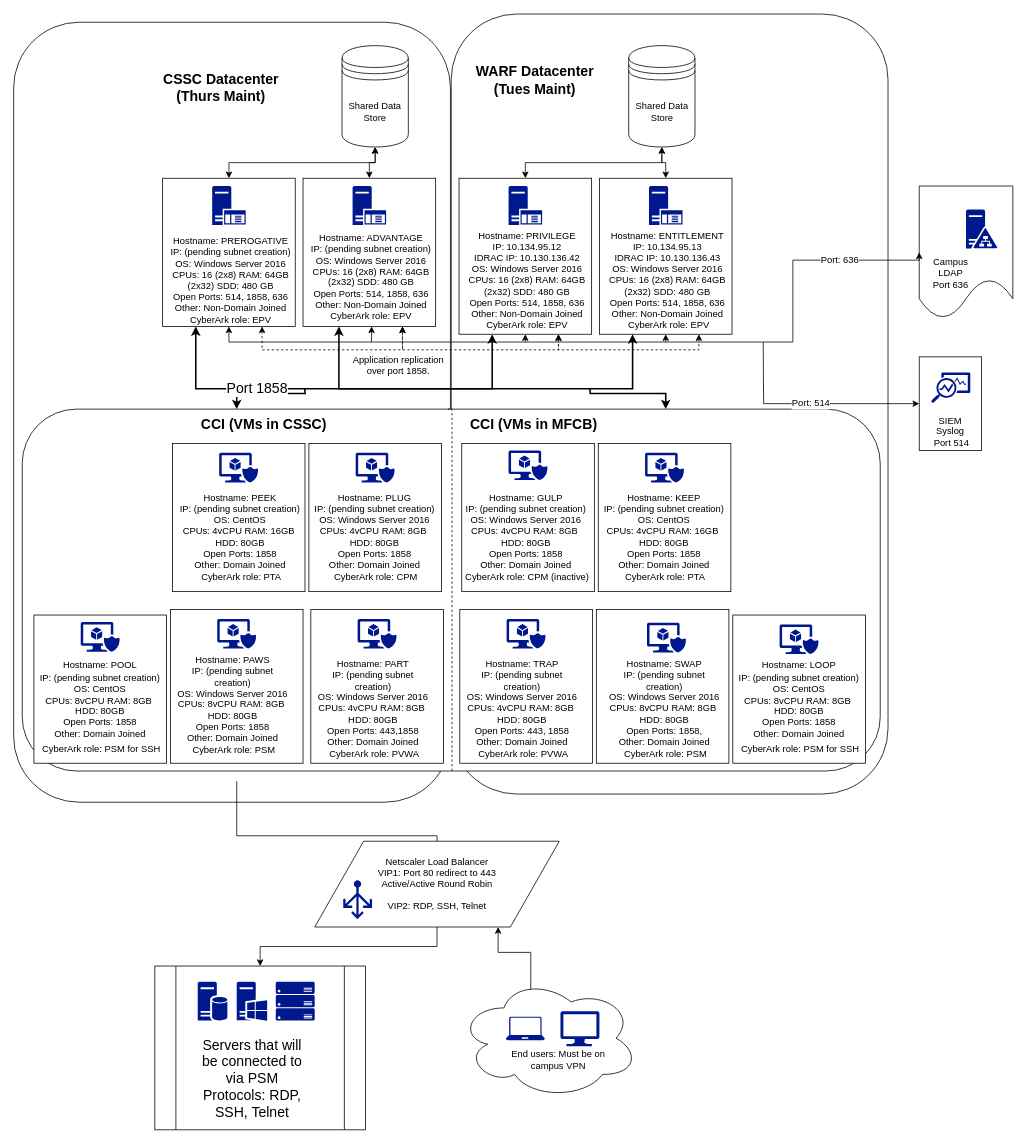
This is UW Cyberark Infrastructure Diagram.drawio from dssntnt/uw, a draw.io file, before an edit. Source tidied: cells renumbered, new cells numbered last; positions are measured from the earlier drawing's top-left corner, leaving out a move shared by most shapes. Both pictures are drawn from the tidied source at 78%, with x=0, y=0 at pixel (13, 14).
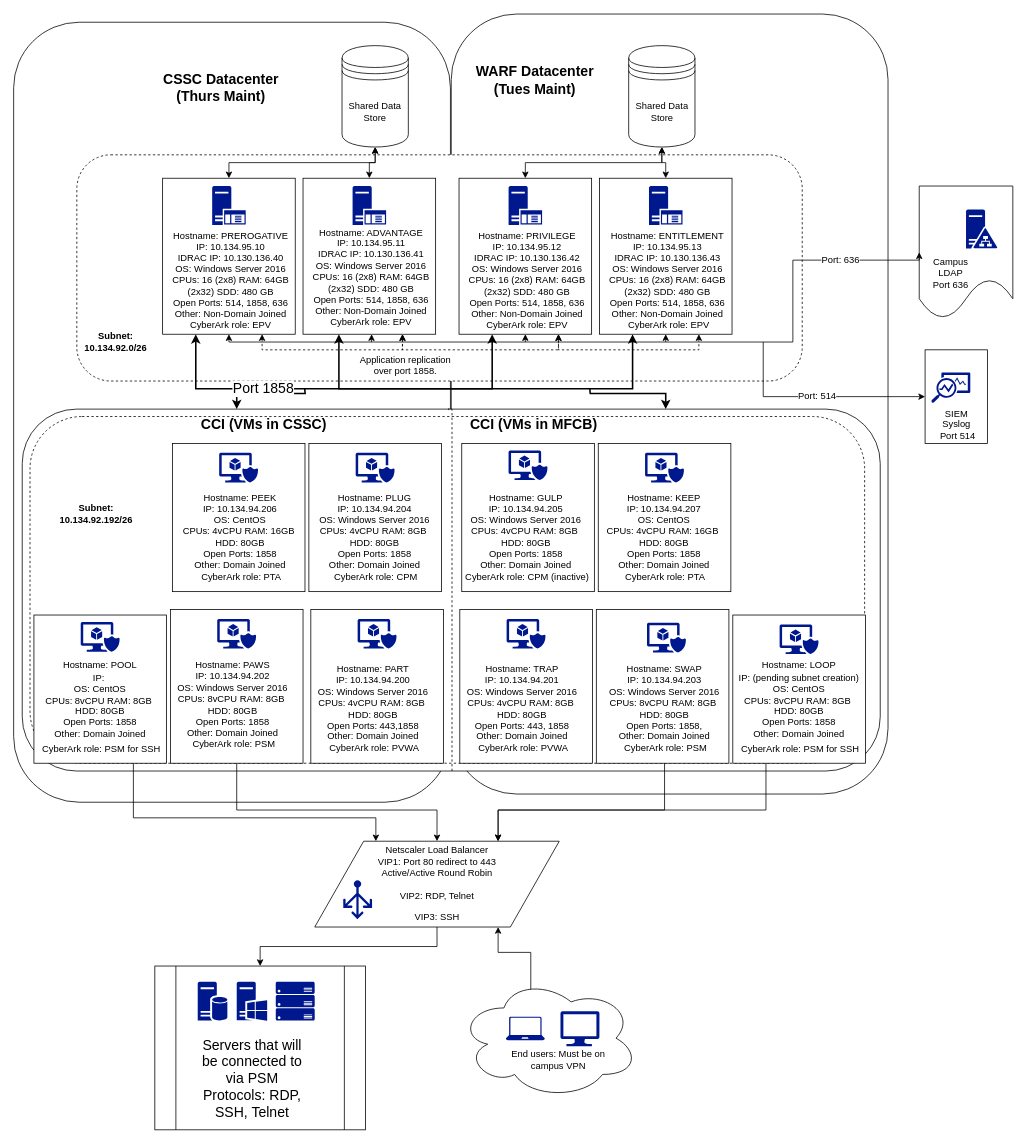
The same diagram, later.

The change refers to these unchanged cells:
```xml
<mxCell id="11" style="rounded=0;whiteSpace=wrap;html=1;fontSize=18;" parent="1" vertex="1">
  <mxGeometry x="201" y="763" width="170" height="197" as="geometry" />
</mxCell>
<mxCell id="41" style="rounded=0;whiteSpace=wrap;html=1;fontSize=18;" parent="1" vertex="1">
  <mxGeometry x="751" y="210" width="170" height="200" as="geometry" />
</mxCell>
<mxCell id="85" value="&lt;span style=&quot;font-size: 12px&quot;&gt;&lt;br&gt;&lt;br&gt;Hostname: LOOP&lt;/span&gt;&lt;br style=&quot;font-size: 12px&quot;&gt;&lt;div style=&quot;font-size: 12px&quot;&gt;IP: (pending subnet creation)&lt;/div&gt;&lt;div style=&quot;font-size: 12px&quot;&gt;OS: CentOS&lt;br&gt;&lt;/div&gt;&lt;div style=&quot;font-size: 12px&quot;&gt;CPUs: 8vCPU RAM: 8GB&amp;nbsp; HDD: 80GB&lt;br&gt;&lt;/div&gt;&lt;div style=&quot;font-size: 12px&quot;&gt;Open Ports: 1858&lt;br&gt;&lt;/div&gt;&lt;div style=&quot;font-size: 12px&quot;&gt;Other: Domain Joined&lt;br&gt;&lt;/div&gt;&lt;span style=&quot;font-size: 12px&quot;&gt;&amp;nbsp;CyberArk role: PSM for SSH&lt;/span&gt;" style="rounded=0;whiteSpace=wrap;html=1;fontSize=18;" parent="1" vertex="1">
  <mxGeometry x="922" y="770" width="170" height="190" as="geometry" />
</mxCell>
```

Change to the diagram source:
```diff
@@
+    <mxCell id="6" style="rounded=1;whiteSpace=wrap;html=1;" parent="1" vertex="1">
+      <mxGeometry y="10" width="560" height="1000" as="geometry" />
+    </mxCell>
+    <mxCell id="9" style="rounded=1;whiteSpace=wrap;html=1;" parent="1" vertex="1">
+      <mxGeometry x="11" y="506" width="1100" height="464" as="geometry" />
+    </mxCell>
+    <mxCell id="88" style="rounded=1;whiteSpace=wrap;html=1;dashed=1;" parent="1" vertex="1">
+      <mxGeometry x="21" y="515.5" width="1070" height="444.5" as="geometry" />
+    </mxCell>
+    <mxCell id="89" style="rounded=1;whiteSpace=wrap;html=1;dashed=1;" parent="1" vertex="1">
+      <mxGeometry x="81" y="180" width="930" height="290" as="geometry" />
+    </mxCell>
@@
-    <mxCell id="6" style="rounded=1;whiteSpace=wrap;html=1;" parent="1" vertex="1">
-      <mxGeometry y="10" width="560" height="1000" as="geometry" />
-    </mxCell>
@@
-    <mxCell id="9" style="rounded=1;whiteSpace=wrap;html=1;" parent="1" vertex="1">
-      <mxGeometry x="11" y="506" width="1100" height="464" as="geometry" />
-    </mxCell>
-    <mxCell id="10" style="edgeStyle=orthogonalEdgeStyle;rounded=0;orthogonalLoop=1;jettySize=auto;html=1;exitX=0.5;exitY=1;exitDx=0;exitDy=0;entryX=0.5;entryY=0;entryDx=0;entryDy=0;" parent="1" edge="1">
-      <mxGeometry relative="1" as="geometry">
-        <mxPoint x="286" y="983" as="sourcePoint" />
-        <mxPoint x="542.8" y="1083" as="targetPoint" />
-        <Array as="points">
-          <mxPoint x="286" y="1053" />
-          <mxPoint x="543" y="1053" />
-        </Array>
-      </mxGeometry>
-    </mxCell>
+    <mxCell id="90" style="edgeStyle=orthogonalEdgeStyle;rounded=0;jettySize=auto;html=1;exitX=0.5;exitY=1;exitDx=0;exitDy=0;entryX=0.5;entryY=0;entryDx=0;entryDy=0;" parent="1" edge="1" source="11" target="24">
+      <mxGeometry relative="1" as="geometry">
+        <Array as="points">
+          <mxPoint x="286" y="1020" />
+          <mxPoint x="543" y="1020" />
+        </Array>
+      </mxGeometry>
+    </mxCell>
@@
     <mxCell id="15" style="rounded=0;whiteSpace=wrap;html=1;fontSize=18;" parent="1" vertex="1">
-      <mxGeometry x="191" y="210" width="170" height="190" as="geometry" />
+      <mxGeometry x="191" y="210" width="170" height="200" as="geometry" />
     </mxCell>
@@
-    <mxCell id="22" value="Hostname: PREROGATIVE&lt;br&gt;&lt;div&gt;IP: (pending subnet creation)&lt;/div&gt;&lt;div&gt;OS: Windows Server 2016&lt;/div&gt;&lt;div&gt;CPUs: 16 (2x8) RAM: 64GB (2x32) SDD: 480 GB&lt;br&gt;&lt;/div&gt;&lt;div&gt;Open Ports: 514, 1858, 636&lt;/div&gt;&lt;div&gt;Other: Non-Domain Joined&lt;br&gt;&lt;/div&gt;&lt;div&gt;CyberArk role: EPV&lt;br&gt;&lt;/div&gt;" style="text;html=1;strokeColor=none;fillColor=none;align=center;verticalAlign=middle;whiteSpace=wrap;rounded=0;" parent="1" vertex="1">
+    <mxCell id="22" value="Hostname: PREROGATIVE&lt;br&gt;&lt;div&gt;IP: 10.134.95.10&lt;/div&gt;&lt;div&gt;IDRAC IP: 10.130.136.40&lt;/div&gt;&lt;div&gt;OS: Windows Server 2016&lt;/div&gt;&lt;div&gt;CPUs: 16 (2x8) RAM: 64GB (2x32) SDD: 480 GB&lt;br&gt;&lt;/div&gt;&lt;div&gt;Open Ports: 514, 1858, 636&lt;/div&gt;&lt;div&gt;Other: Non-Domain Joined&lt;br&gt;&lt;/div&gt;&lt;div&gt;CyberArk role: EPV&lt;br&gt;&lt;/div&gt;" style="text;html=1;strokeColor=none;fillColor=none;align=center;verticalAlign=middle;whiteSpace=wrap;rounded=0;" parent="1" vertex="1">
       <mxGeometry x="196" y="292" width="165" height="98" as="geometry" />
     </mxCell>
@@
-    <mxCell id="24" value="&lt;div&gt;Netscaler Load Balancer&lt;/div&gt;&lt;div&gt;VIP1: Port 80 redirect to 443&lt;/div&gt;&lt;div&gt;Active/Active Round Robin&lt;/div&gt;&lt;div&gt;&lt;br&gt;&lt;/div&gt;&lt;div&gt;VIP2: RDP, SSH, Telnet&lt;br&gt;&lt;/div&gt;" style="shape=parallelogram;perimeter=parallelogramPerimeter;whiteSpace=wrap;html=1;" parent="1" vertex="1">
+    <mxCell id="24" value="&lt;div&gt;Netscaler Load Balancer&lt;/div&gt;&lt;div&gt;VIP1: Port 80 redirect to 443&lt;/div&gt;&lt;div&gt;Active/Active Round Robin&lt;/div&gt;&lt;div&gt;&lt;br&gt;&lt;/div&gt;&lt;div&gt;VIP2: RDP, Telnet&lt;br&gt;&lt;/div&gt;&lt;div&gt;&lt;br&gt;&lt;/div&gt;&lt;div&gt;VIP3: SSH&lt;/div&gt;" style="shape=parallelogram;perimeter=parallelogramPerimeter;whiteSpace=wrap;html=1;" parent="1" vertex="1">
       <mxGeometry x="386" y="1060" width="313.5" height="110" as="geometry" />
     </mxCell>
@@
     <mxCell id="26" value="Port: 514" style="edgeStyle=orthogonalEdgeStyle;rounded=0;jettySize=auto;html=1;exitX=0;exitY=0.5;exitDx=0;exitDy=0;startArrow=classic;startFill=1;endArrow=none;endFill=0;fontSize=12;" parent="1" edge="1" source="27">
       <mxGeometry relative="1" as="geometry">
         <mxPoint x="961" y="420" as="targetPoint" />
+        <Array as="points">
+          <mxPoint x="1161" y="490" />
+          <mxPoint x="961" y="490" />
+        </Array>
       </mxGeometry>
     </mxCell>
     <mxCell id="27" value="&lt;div&gt;&lt;br&gt;&lt;br&gt;&lt;br&gt;&lt;br&gt;&lt;br&gt;SIEM&lt;br&gt;Syslog&lt;br&gt;&amp;nbsp;Port 514&lt;br&gt;&lt;/div&gt;" style="rounded=0;whiteSpace=wrap;html=1;" parent="1" vertex="1">
-      <mxGeometry x="1161" y="439" width="80" height="120" as="geometry" />
+      <mxGeometry x="1168.5" y="430" width="80" height="120" as="geometry" />
     </mxCell>
@@
     <mxCell id="30" style="rounded=0;whiteSpace=wrap;html=1;fontSize=18;" parent="1" vertex="1">
-      <mxGeometry x="371" y="210" width="170" height="190" as="geometry" />
+      <mxGeometry x="371" y="210" width="170" height="200" as="geometry" />
     </mxCell>
     <mxCell id="31" style="edgeStyle=orthogonalEdgeStyle;rounded=0;orthogonalLoop=1;jettySize=auto;html=1;startArrow=classic;startFill=1;endArrow=none;endFill=0;" parent="1" edge="1">
       <mxGeometry relative="1" as="geometry">
-        <mxPoint x="459" y="400" as="sourcePoint" />
+        <mxPoint x="459" y="410" as="sourcePoint" />
         <mxPoint x="458.7" y="420" as="targetPoint" />
       </mxGeometry>
     </mxCell>
-    <mxCell id="32" value="Hostname: ADVANTAGE&lt;br&gt;&lt;div&gt;IP: (pending subnet creation)&lt;/div&gt;&lt;div&gt;OS: Windows Server 2016&lt;/div&gt;&lt;div&gt;&lt;div&gt;CPUs: 16 (2x8) RAM: 64GB (2x32) SDD: 480 GB&lt;br&gt;&lt;/div&gt;&lt;/div&gt;&lt;div&gt;Open Ports: 514, 1858, 636&lt;/div&gt;&lt;div&gt;Other: Non-Domain Joined&lt;br&gt;&lt;/div&gt;&lt;div&gt;CyberArk role: EPV&lt;br&gt;&lt;/div&gt;&lt;div&gt;&lt;br&gt;&lt;/div&gt;" style="text;html=1;strokeColor=none;fillColor=none;align=center;verticalAlign=middle;whiteSpace=wrap;rounded=0;" parent="1" vertex="1">
+    <mxCell id="32" value="Hostname: ADVANTAGE&lt;br&gt;&lt;div&gt;IP: 10.134.95.11&lt;/div&gt;&lt;div&gt;IDRAC IP: 10.130.136.41&lt;/div&gt;&lt;div&gt;OS: Windows Server 2016&lt;/div&gt;&lt;div&gt;&lt;div&gt;CPUs: 16 (2x8) RAM: 64GB (2x32) SDD: 480 GB&lt;br&gt;&lt;/div&gt;&lt;/div&gt;&lt;div&gt;Open Ports: 514, 1858, 636&lt;/div&gt;&lt;div&gt;Other: Non-Domain Joined&lt;br&gt;&lt;/div&gt;&lt;div&gt;CyberArk role: EPV&lt;br&gt;&lt;/div&gt;&lt;div&gt;&lt;br&gt;&lt;/div&gt;" style="text;html=1;strokeColor=none;fillColor=none;align=center;verticalAlign=middle;whiteSpace=wrap;rounded=0;" parent="1" vertex="1">
       <mxGeometry x="376" y="297" width="165" height="93" as="geometry" />
     </mxCell>
@@
     <mxCell id="40" style="edgeStyle=orthogonalEdgeStyle;rounded=0;jettySize=auto;html=1;exitX=0.25;exitY=1;exitDx=0;exitDy=0;startArrow=classic;startFill=1;endArrow=classic;endFill=1;fontSize=18;strokeWidth=2;" parent="1" edge="1" source="41">
       <mxGeometry relative="1" as="geometry">
-        <mxPoint x="417" y="400" as="targetPoint" />
+        <mxPoint x="417" y="410" as="targetPoint" />
         <Array as="points">
           <mxPoint x="793" y="480" />
           <mxPoint x="417" y="480" />
         </Array>
       </mxGeometry>
     </mxCell>
@@
-    <mxCell id="51" value="Hostname: PAWS&lt;br&gt;&lt;div&gt;IP: (pending subnet creation)&lt;/div&gt;&lt;div&gt;OS: Windows Server 2016&lt;/div&gt;&lt;div&gt;CPUs: 8vCPU RAM: 8GB&amp;nbsp; HDD: 80GB&lt;br&gt;&lt;/div&gt;&lt;div&gt;Open Ports: 1858&lt;br&gt;&lt;/div&gt;&lt;div&gt;Other: Domain Joined&lt;br&gt;&lt;/div&gt;&amp;nbsp;CyberArk role: PSM" style="text;html=1;strokeColor=none;fillColor=none;align=center;verticalAlign=middle;whiteSpace=wrap;rounded=0;" parent="1" vertex="1">
+    <mxCell id="51" value="Hostname: PAWS&lt;br&gt;&lt;div&gt;IP: 10.134.94.202&lt;/div&gt;&lt;div&gt;OS: Windows Server 2016&lt;/div&gt;&lt;div&gt;CPUs: 8vCPU RAM: 8GB&amp;nbsp; HDD: 80GB&lt;br&gt;&lt;/div&gt;&lt;div&gt;Open Ports: 1858&lt;br&gt;&lt;/div&gt;&lt;div&gt;Other: Domain Joined&lt;br&gt;&lt;/div&gt;&amp;nbsp;CyberArk role: PSM" style="text;html=1;strokeColor=none;fillColor=none;align=center;verticalAlign=middle;whiteSpace=wrap;rounded=0;" parent="1" vertex="1">
       <mxGeometry x="206" y="820" width="150" height="130" as="geometry" />
     </mxCell>
@@
-    <mxCell id="55" value="Hostname: PART&lt;br&gt;&lt;div&gt;IP: (pending subnet creation)&lt;/div&gt;&lt;div&gt;OS: Windows Server 2016&lt;/div&gt;&lt;div&gt;CPUs: 4vCPU RAM: 8GB&amp;nbsp; HDD: 80GB&lt;br&gt;&lt;/div&gt;&lt;div&gt;Open Ports: 443,1858&lt;br&gt;&lt;/div&gt;&lt;div&gt;Other: Domain Joined&lt;br&gt;&lt;/div&gt;&amp;nbsp;CyberArk role: PVWA" style="text;html=1;strokeColor=none;fillColor=none;align=center;verticalAlign=middle;whiteSpace=wrap;rounded=0;" parent="1" vertex="1">
+    <mxCell id="55" value="Hostname: PART&lt;br&gt;&lt;div&gt;IP: 10.134.94.200&lt;/div&gt;&lt;div&gt;OS: Windows Server 2016&lt;/div&gt;&lt;div&gt;CPUs: 4vCPU RAM: 8GB&amp;nbsp; HDD: 80GB&lt;br&gt;&lt;/div&gt;&lt;div&gt;Open Ports: 443,1858&lt;br&gt;&lt;/div&gt;&lt;div&gt;Other: Domain Joined&lt;br&gt;&lt;/div&gt;&amp;nbsp;CyberArk role: PVWA" style="text;html=1;strokeColor=none;fillColor=none;align=center;verticalAlign=middle;whiteSpace=wrap;rounded=0;" parent="1" vertex="1">
       <mxGeometry x="386" y="820" width="150" height="140" as="geometry" />
     </mxCell>
@@
-    <mxCell id="58" value="Hostname: TRAP&lt;br&gt;&lt;div&gt;IP: (pending subnet creation)&lt;/div&gt;&lt;div&gt;OS: Windows Server 2016&lt;/div&gt;&lt;div&gt;CPUs: 4vCPU RAM: 8GB&amp;nbsp; HDD: 80GB&lt;br&gt;&lt;/div&gt;&lt;div&gt;Open Ports: 443, 1858&lt;br&gt;&lt;/div&gt;&lt;div&gt;Other: Domain Joined&lt;br&gt;&lt;/div&gt;&amp;nbsp;CyberArk role: PVWA" style="text;html=1;strokeColor=none;fillColor=none;align=center;verticalAlign=middle;whiteSpace=wrap;rounded=0;" parent="1" vertex="1">
+    <mxCell id="58" value="Hostname: TRAP&lt;br&gt;&lt;div&gt;IP: 10.134.94.201&lt;/div&gt;&lt;div&gt;OS: Windows Server 2016&lt;/div&gt;&lt;div&gt;CPUs: 4vCPU RAM: 8GB&amp;nbsp; HDD: 80GB&lt;br&gt;&lt;/div&gt;&lt;div&gt;Open Ports: 443, 1858&lt;br&gt;&lt;/div&gt;&lt;div&gt;Other: Domain Joined&lt;br&gt;&lt;/div&gt;&amp;nbsp;CyberArk role: PVWA" style="text;html=1;strokeColor=none;fillColor=none;align=center;verticalAlign=middle;whiteSpace=wrap;rounded=0;" parent="1" vertex="1">
       <mxGeometry x="577" y="820" width="150" height="140" as="geometry" />
     </mxCell>
@@
+    <mxCell id="91" style="edgeStyle=orthogonalEdgeStyle;rounded=0;jettySize=auto;html=1;exitX=0.5;exitY=1;exitDx=0;exitDy=0;entryX=0.75;entryY=0;entryDx=0;entryDy=0;" parent="1" edge="1" source="61" target="24">
+      <mxGeometry relative="1" as="geometry">
+        <Array as="points">
+          <mxPoint x="835" y="1020" />
+          <mxPoint x="621" y="1020" />
+        </Array>
+      </mxGeometry>
+    </mxCell>
-    <mxCell id="61" value="Hostname: SWAP&lt;br&gt;&lt;div&gt;IP: (pending subnet creation)&lt;/div&gt;&lt;div&gt;OS: Windows Server 2016&lt;/div&gt;&lt;div&gt;&lt;div&gt;CPUs: 8vCPU RAM: 8GB&amp;nbsp; HDD: 80GB&lt;br&gt;&lt;/div&gt;&lt;/div&gt;&lt;div&gt;Open Ports: 1858, &lt;br&gt;&lt;/div&gt;&lt;div&gt;Other: Domain Joined&lt;br&gt;&lt;/div&gt;&amp;nbsp;CyberArk role: PSM" style="text;html=1;strokeColor=none;fillColor=none;align=center;verticalAlign=middle;whiteSpace=wrap;rounded=0;" parent="1" vertex="1">
+    <mxCell id="61" value="Hostname: SWAP&lt;br&gt;&lt;div&gt;IP: 10.134.94.203&lt;/div&gt;&lt;div&gt;OS: Windows Server 2016&lt;/div&gt;&lt;div&gt;&lt;div&gt;CPUs: 8vCPU RAM: 8GB&amp;nbsp; HDD: 80GB&lt;br&gt;&lt;/div&gt;&lt;/div&gt;&lt;div&gt;Open Ports: 1858, &lt;br&gt;&lt;/div&gt;&lt;div&gt;Other: Domain Joined&lt;br&gt;&lt;/div&gt;&amp;nbsp;CyberArk role: PSM" style="text;html=1;strokeColor=none;fillColor=none;align=center;verticalAlign=middle;whiteSpace=wrap;rounded=0;" parent="1" vertex="1">
       <mxGeometry x="757" y="820" width="155" height="140" as="geometry" />
     </mxCell>
@@
-    <mxCell id="74" value="Hostname: PLUG&lt;br&gt;&lt;div&gt;IP: (pending subnet creation)&lt;/div&gt;&lt;div&gt;OS: Windows Server 2016&lt;/div&gt;&lt;div&gt;&lt;div&gt;CPUs: 4vCPU RAM: 8GB&amp;nbsp; HDD: 80GB&lt;br&gt;&lt;/div&gt;&lt;/div&gt;&lt;div&gt;Open Ports: 1858&lt;br&gt;&lt;/div&gt;&lt;div&gt;Other: Domain Joined&lt;br&gt;&lt;/div&gt;&amp;nbsp;CyberArk role: CPM" style="text;html=1;strokeColor=none;fillColor=none;align=center;verticalAlign=middle;whiteSpace=wrap;rounded=0;" parent="1" vertex="1">
+    <mxCell id="74" value="Hostname: PLUG&lt;br&gt;&lt;div&gt;IP: 10.134.94.204&lt;/div&gt;&lt;div&gt;OS: Windows Server 2016&lt;/div&gt;&lt;div&gt;&lt;div&gt;CPUs: 4vCPU RAM: 8GB&amp;nbsp; HDD: 80GB&lt;br&gt;&lt;/div&gt;&lt;/div&gt;&lt;div&gt;Open Ports: 1858&lt;br&gt;&lt;/div&gt;&lt;div&gt;Other: Domain Joined&lt;br&gt;&lt;/div&gt;&amp;nbsp;CyberArk role: CPM" style="text;html=1;strokeColor=none;fillColor=none;align=center;verticalAlign=middle;whiteSpace=wrap;rounded=0;" parent="1" vertex="1">
       <mxGeometry x="383.5" y="610" width="157.5" height="120" as="geometry" />
     </mxCell>
@@
-    <mxCell id="77" value="Hostname: GULP&lt;br&gt;&lt;div&gt;IP: (pending subnet creation)&lt;/div&gt;&lt;div&gt;OS: Windows Server 2016&lt;/div&gt;&lt;div&gt;&lt;div&gt;CPUs: 4vCPU RAM: 8GB&amp;nbsp; HDD: 80GB&lt;br&gt;&lt;/div&gt;&lt;/div&gt;&lt;div&gt;Open Ports: 1858&lt;br&gt;&lt;/div&gt;&lt;div&gt;Other: Domain Joined&lt;br&gt;&lt;/div&gt;&amp;nbsp;CyberArk role: CPM (inactive)" style="text;html=1;strokeColor=none;fillColor=none;align=center;verticalAlign=middle;whiteSpace=wrap;rounded=0;" parent="1" vertex="1">
+    <mxCell id="77" value="Hostname: GULP&lt;br&gt;&lt;div&gt;IP: 10.134.94.205&lt;/div&gt;&lt;div&gt;OS: Windows Server 2016&lt;/div&gt;&lt;div&gt;&lt;div&gt;CPUs: 4vCPU RAM: 8GB&amp;nbsp; HDD: 80GB&lt;br&gt;&lt;/div&gt;&lt;/div&gt;&lt;div&gt;Open Ports: 1858&lt;br&gt;&lt;/div&gt;&lt;div&gt;Other: Domain Joined&lt;br&gt;&lt;/div&gt;&amp;nbsp;CyberArk role: CPM (inactive)" style="text;html=1;strokeColor=none;fillColor=none;align=center;verticalAlign=middle;whiteSpace=wrap;rounded=0;" parent="1" vertex="1">
       <mxGeometry x="572" y="610" width="170" height="120" as="geometry" />
     </mxCell>
@@
-    <mxCell id="80" value="Hostname: PEEK&lt;br&gt;&lt;div&gt;IP: (pending subnet creation)&lt;/div&gt;&lt;div&gt;OS: CentOS&lt;br&gt;&lt;/div&gt;&lt;div&gt;CPUs: 4vCPU RAM: 16GB&amp;nbsp; HDD: 80GB&lt;br&gt;&lt;/div&gt;&lt;div&gt;Open Ports: 1858&lt;br&gt;&lt;/div&gt;&lt;div&gt;Other: Domain Joined&lt;br&gt;&lt;/div&gt;&amp;nbsp;CyberArk role: PTA" style="text;html=1;strokeColor=none;fillColor=none;align=center;verticalAlign=middle;whiteSpace=wrap;rounded=0;" parent="1" vertex="1">
+    <mxCell id="80" value="Hostname: PEEK&lt;br&gt;&lt;div&gt;IP: 10.134.94.206&lt;/div&gt;&lt;div&gt;OS: CentOS&lt;br&gt;&lt;/div&gt;&lt;div&gt;CPUs: 4vCPU RAM: 16GB&amp;nbsp; HDD: 80GB&lt;br&gt;&lt;/div&gt;&lt;div&gt;Open Ports: 1858&lt;br&gt;&lt;/div&gt;&lt;div&gt;Other: Domain Joined&lt;br&gt;&lt;/div&gt;&amp;nbsp;CyberArk role: PTA" style="text;html=1;strokeColor=none;fillColor=none;align=center;verticalAlign=middle;whiteSpace=wrap;rounded=0;" parent="1" vertex="1">
       <mxGeometry x="208.5" y="610" width="162.5" height="120" as="geometry" />
     </mxCell>
@@
-    <mxCell id="83" value="Hostname: KEEP&lt;br&gt;&lt;div&gt;IP: (pending subnet creation)&lt;/div&gt;&lt;div&gt;OS: CentOS&lt;br&gt;&lt;/div&gt;&lt;div&gt;&lt;div&gt;CPUs: 4vCPU RAM: 16GB&amp;nbsp; HDD: 80GB&lt;br&gt;&lt;/div&gt;&lt;/div&gt;&lt;div&gt;Open Ports: 1858&lt;br&gt;&lt;/div&gt;&lt;div&gt;Other: Domain Joined&lt;br&gt;&lt;/div&gt;&amp;nbsp;CyberArk role: PTA" style="text;html=1;strokeColor=none;fillColor=none;align=center;verticalAlign=middle;whiteSpace=wrap;rounded=0;" parent="1" vertex="1">
+    <mxCell id="83" value="Hostname: KEEP&lt;br&gt;&lt;div&gt;IP: 10.134.94.207&lt;/div&gt;&lt;div&gt;OS: CentOS&lt;br&gt;&lt;/div&gt;&lt;div&gt;&lt;div&gt;CPUs: 4vCPU RAM: 16GB&amp;nbsp; HDD: 80GB&lt;br&gt;&lt;/div&gt;&lt;/div&gt;&lt;div&gt;Open Ports: 1858&lt;br&gt;&lt;/div&gt;&lt;div&gt;Other: Domain Joined&lt;br&gt;&lt;/div&gt;&amp;nbsp;CyberArk role: PTA" style="text;html=1;strokeColor=none;fillColor=none;align=center;verticalAlign=middle;whiteSpace=wrap;rounded=0;" parent="1" vertex="1">
       <mxGeometry x="754.5" y="610" width="157.5" height="120" as="geometry" />
     </mxCell>
+    <mxCell id="92" style="edgeStyle=orthogonalEdgeStyle;rounded=0;jettySize=auto;html=1;exitX=0.75;exitY=1;exitDx=0;exitDy=0;entryX=0.25;entryY=0;entryDx=0;entryDy=0;" parent="1" edge="1" source="84" target="24">
+      <mxGeometry relative="1" as="geometry">
+        <Array as="points">
+          <mxPoint x="154" y="1030" />
+          <mxPoint x="464" y="1030" />
+        </Array>
+      </mxGeometry>
+    </mxCell>
-    <mxCell id="84" value="&lt;span style=&quot;font-size: 12px&quot;&gt;&lt;br&gt;&lt;br&gt;Hostname: POOL&lt;/span&gt;&lt;br style=&quot;font-size: 12px&quot;&gt;&lt;div style=&quot;font-size: 12px&quot;&gt;IP: (pending subnet creation)&lt;/div&gt;&lt;div style=&quot;font-size: 12px&quot;&gt;OS: CentOS&lt;br&gt;&lt;/div&gt;&lt;div style=&quot;font-size: 12px&quot;&gt;CPUs: 8vCPU RAM: 8GB&amp;nbsp; HDD: 80GB&lt;br&gt;&lt;/div&gt;&lt;div style=&quot;font-size: 12px&quot;&gt;Open Ports: 1858&lt;br&gt;&lt;/div&gt;&lt;div style=&quot;font-size: 12px&quot;&gt;Other: Domain Joined&lt;br&gt;&lt;/div&gt;&lt;span style=&quot;font-size: 12px&quot;&gt;&amp;nbsp;CyberArk role: PSM for SSH&lt;/span&gt;" style="rounded=0;whiteSpace=wrap;html=1;fontSize=18;" parent="1" vertex="1">
+    <mxCell id="84" value="&lt;span style=&quot;font-size: 12px&quot;&gt;&lt;br&gt;&lt;br&gt;Hostname: POOL&lt;/span&gt;&lt;br style=&quot;font-size: 12px&quot;&gt;&lt;div style=&quot;font-size: 12px&quot;&gt;IP:&amp;nbsp;&lt;/div&gt;&lt;div style=&quot;font-size: 12px&quot;&gt;OS: CentOS&lt;br&gt;&lt;/div&gt;&lt;div style=&quot;font-size: 12px&quot;&gt;CPUs: 8vCPU RAM: 8GB&amp;nbsp; HDD: 80GB&lt;br&gt;&lt;/div&gt;&lt;div style=&quot;font-size: 12px&quot;&gt;Open Ports: 1858&lt;br&gt;&lt;/div&gt;&lt;div style=&quot;font-size: 12px&quot;&gt;Other: Domain Joined&lt;br&gt;&lt;/div&gt;&lt;span style=&quot;font-size: 12px&quot;&gt;&amp;nbsp;CyberArk role: PSM for SSH&lt;/span&gt;" style="rounded=0;whiteSpace=wrap;html=1;fontSize=18;" parent="1" vertex="1">
       <mxGeometry x="26" y="770" width="170" height="190" as="geometry" />
     </mxCell>
+    <mxCell id="93" style="edgeStyle=orthogonalEdgeStyle;rounded=0;jettySize=auto;html=1;exitX=0.25;exitY=1;exitDx=0;exitDy=0;entryX=0.75;entryY=0;entryDx=0;entryDy=0;" parent="1" edge="1" source="85" target="24">
+      <mxGeometry relative="1" as="geometry">
+        <Array as="points">
+          <mxPoint x="965" y="1020" />
+          <mxPoint x="621" y="1020" />
+        </Array>
+      </mxGeometry>
+    </mxCell>
@@
+    <mxCell id="94" value="Subnet: 10.134.92.0/26" style="text;html=1;strokeColor=none;fillColor=none;align=center;verticalAlign=middle;whiteSpace=wrap;rounded=0;dashed=1;fontStyle=1;" parent="1" vertex="1">
+      <mxGeometry x="111" y="410" width="40" height="20" as="geometry" />
+    </mxCell>
+    <mxCell id="95" value="Subnet: 10.134.92.192/26" style="text;html=1;strokeColor=none;fillColor=none;align=center;verticalAlign=middle;whiteSpace=wrap;rounded=0;dashed=1;fontStyle=1;" parent="1" vertex="1">
+      <mxGeometry x="86" y="630" width="40" height="20" as="geometry" />
+    </mxCell>
```
